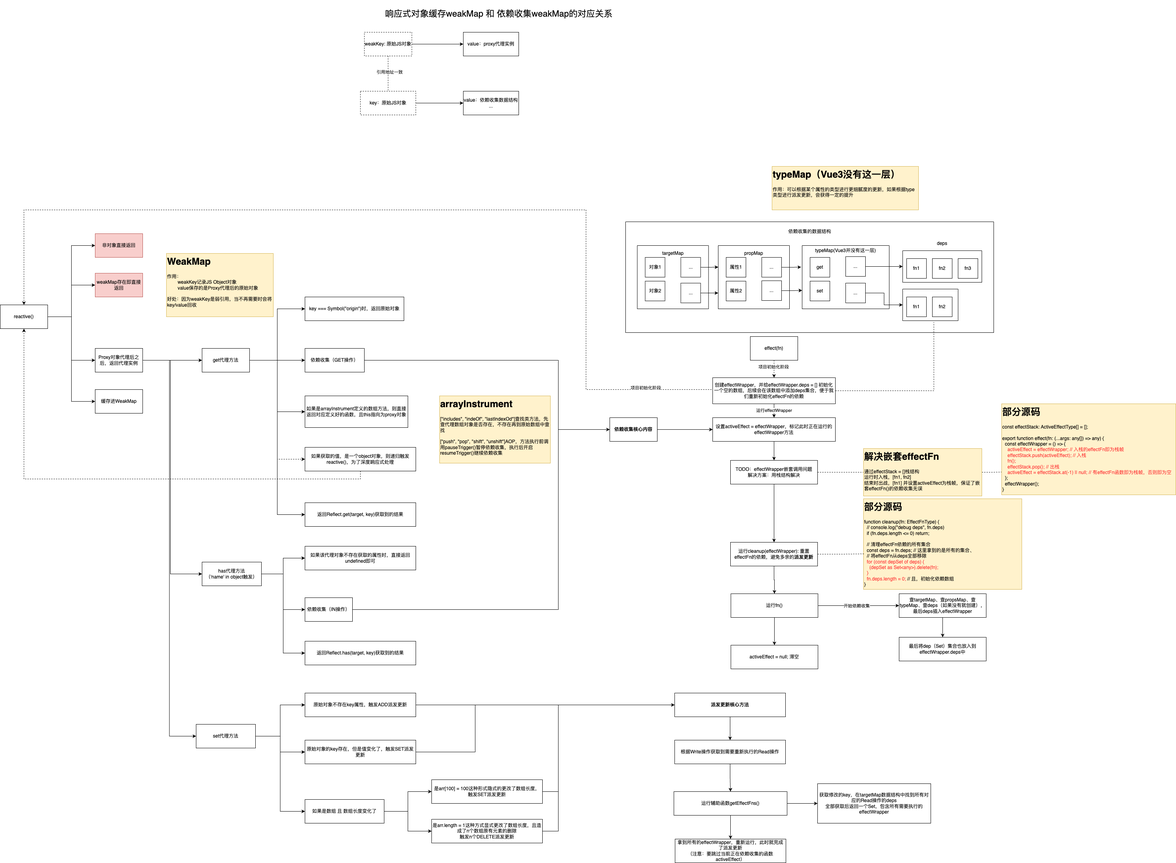
This is Vue3响应式源码实现(渡一).drawio.png from JYbill/draw, a draw.io export, as it was before one commit. Source tidied: cells renumbered, new cells last; positions are measured from the earlier drawing's top-left corner, leaving out a move shared by most shapes.
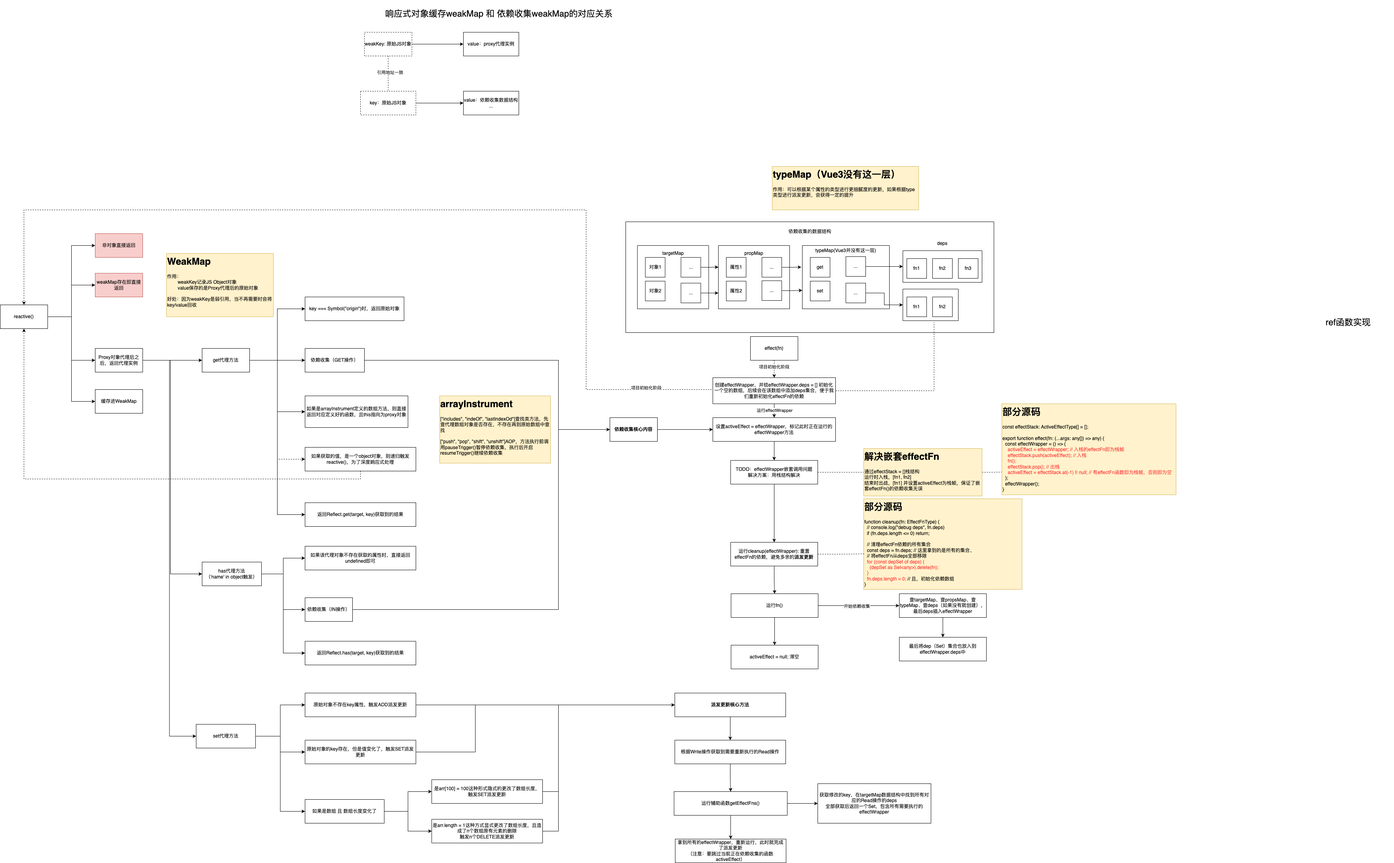
The same file after the commit.

Commit message:
更新Vue3响应式源码实现(渡一).drawio.png

The edit, as a diff of the source:
```diff
@@ -451,5 +451,8 @@
     <mxCell id="136" value="&lt;h1 style=&quot;margin-top: 0px;&quot;&gt;部分源码&lt;/h1&gt;&lt;div&gt;&lt;div&gt;const effectStack: ActiveEffectType[] = [];&lt;/div&gt;&lt;div&gt;&lt;br&gt;&lt;/div&gt;&lt;div&gt;export function effect(fn: (...args: any[]) =&amp;gt; any) {&lt;/div&gt;&lt;div&gt;&amp;nbsp; const effectWrapper = () =&amp;gt; {&lt;/div&gt;&lt;div&gt;&amp;nbsp; &amp;nbsp; &lt;font color=&quot;#ff3333&quot;&gt;activeEffect = effectWrapper; // 入栈的effectFn即为栈帧&lt;/font&gt;&lt;/div&gt;&lt;div&gt;&lt;font color=&quot;#ff3333&quot;&gt;&amp;nbsp; &amp;nbsp; effectStack.push(activeEffect); // 入栈&lt;/font&gt;&lt;/div&gt;&lt;div&gt;&lt;font color=&quot;#ff3333&quot;&gt;&amp;nbsp; &amp;nbsp; fn();&lt;/font&gt;&lt;/div&gt;&lt;div&gt;&lt;font color=&quot;#ff3333&quot;&gt;&amp;nbsp; &amp;nbsp; effectStack.pop(); // 出栈&lt;/font&gt;&lt;/div&gt;&lt;div&gt;&lt;font color=&quot;#ff3333&quot;&gt;&amp;nbsp; &amp;nbsp; activeEffect = effectStack.at(-1) || null; // 有effectFn函数即为栈帧，否则即为空&lt;/font&gt;&lt;/div&gt;&lt;div&gt;&amp;nbsp; };&lt;/div&gt;&lt;div&gt;&amp;nbsp; effectWrapper();&lt;/div&gt;&lt;div&gt;}&lt;/div&gt;&lt;/div&gt;" style="text;html=1;whiteSpace=wrap;overflow=hidden;rounded=0;fillColor=#fff2cc;strokeColor=#d6b656;" parent="1" vertex="1">
       <mxGeometry x="2530" y="1020" width="440" height="230" as="geometry" />
     </mxCell>
+    <mxCell id="137" value="ref函数实现" style="text;html=1;align=center;verticalAlign=middle;whiteSpace=wrap;rounded=0;fontSize=22;" parent="1" vertex="1">
+      <mxGeometry x="3290" y="780" width="230" height="70" as="geometry" />
+    </mxCell>
   </root>
 </mxGraphModel>
```
